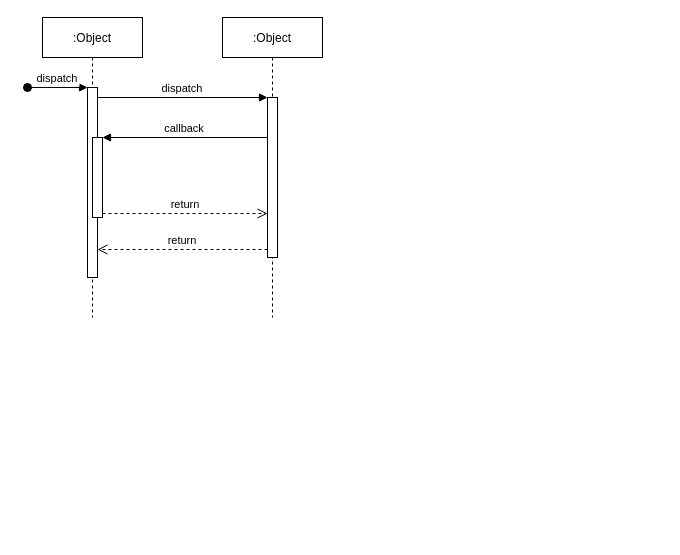
The draw.io diagram Untitled Diagram.drawio in blerihasa/blerihasa, before the edit. Source tidied: cells renumbered, new cells numbered last; positions are measured from the earlier drawing's top-left corner, leaving out a move shared by most shapes. Both pictures are drawn from the tidied source at 100%, with x=0, y=0 at pixel (27, 17).
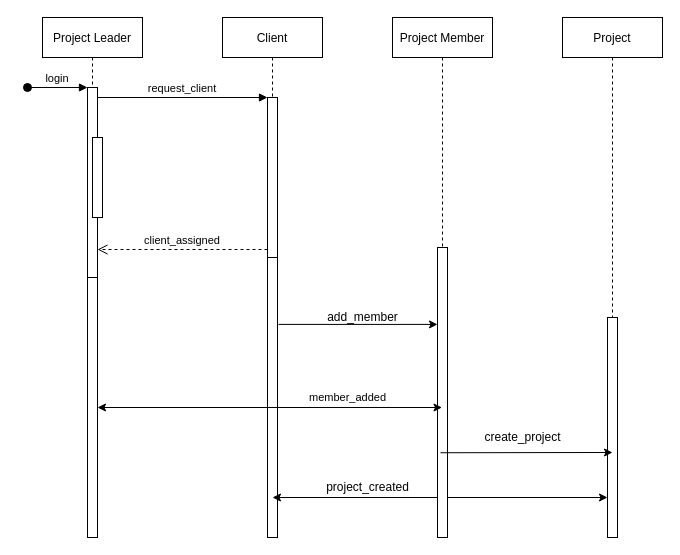
The same page after the edit.

The change refers to these unchanged cells:
```xml
<mxCell id="3" style="points=[];perimeter=orthogonalPerimeter;rounded=0;shadow=0;strokeWidth=1;" parent="2" vertex="1">
  <mxGeometry x="45" y="70" width="10" height="190" as="geometry" />
</mxCell>
<mxCell id="5" style="points=[];perimeter=orthogonalPerimeter;rounded=0;shadow=0;strokeWidth=1;" parent="2" vertex="1">
  <mxGeometry x="50" y="120" width="10" height="80" as="geometry" />
</mxCell>
<mxCell id="7" style="points=[];perimeter=orthogonalPerimeter;rounded=0;shadow=0;strokeWidth=1;" parent="6" vertex="1">
  <mxGeometry x="45" y="80" width="10" height="160" as="geometry" />
</mxCell>
```

The edit, as a diff of the source:
```diff
@@
-    <mxCell id="2" value=":Object" style="shape=umlLifeline;perimeter=lifelinePerimeter;rounded=0;shadow=0;strokeWidth=1;" parent="1" vertex="1">
+    <mxCell id="2" value="Project Leader" style="shape=umlLifeline;perimeter=lifelinePerimeter;rounded=0;shadow=0;strokeWidth=1;" parent="1" vertex="1">
       <mxGeometry x="15" width="100" height="300" as="geometry" />
     </mxCell>
@@
-    <mxCell id="4" value="dispatch" style="verticalAlign=bottom;startArrow=oval;endArrow=block;startSize=8;shadow=0;strokeWidth=1;" parent="2" edge="1" target="3">
+    <mxCell id="4" value="login" style="verticalAlign=bottom;startArrow=oval;endArrow=block;startSize=8;shadow=0;strokeWidth=1;" parent="2" edge="1" target="3">
       <mxGeometry relative="1" as="geometry">
         <mxPoint x="-15" y="70" as="sourcePoint" />
       </mxGeometry>
     </mxCell>
@@
-    <mxCell id="6" value=":Object" style="shape=umlLifeline;perimeter=lifelinePerimeter;rounded=0;shadow=0;strokeWidth=1;" parent="1" vertex="1">
-      <mxGeometry x="195" width="100" height="300" as="geometry" />
+    <mxCell id="6" value="Client" style="shape=umlLifeline;perimeter=lifelinePerimeter;rounded=0;shadow=0;strokeWidth=1;" parent="1" vertex="1">
+      <mxGeometry x="195" width="100" height="520" as="geometry" />
     </mxCell>
@@
+    <mxCell id="12" style="points=[];perimeter=orthogonalPerimeter;rounded=0;shadow=0;strokeWidth=1;" parent="6" vertex="1">
+      <mxGeometry x="45" y="240" width="10" height="280" as="geometry" />
+    </mxCell>
+    <mxCell id="13" style="endArrow=classic;startArrow=classic;html=1;rounded=0;" parent="6" edge="1" target="17">
+      <mxGeometry relative="1" as="geometry">
+        <mxPoint x="50" y="480" as="sourcePoint" />
+      </mxGeometry>
+    </mxCell>
-    <mxCell id="8" value="return" style="verticalAlign=bottom;endArrow=open;dashed=1;endSize=8;exitX=0;exitY=0.95;shadow=0;strokeWidth=1;" parent="1" edge="1" source="7" target="3">
+    <mxCell id="8" value="client_assigned" style="verticalAlign=bottom;endArrow=open;dashed=1;endSize=8;exitX=0;exitY=0.95;shadow=0;strokeWidth=1;" parent="1" edge="1" source="7" target="3">
       <mxGeometry relative="1" as="geometry" />
     </mxCell>
-    <mxCell id="9" value="dispatch" style="verticalAlign=bottom;endArrow=block;entryX=0;entryY=0;shadow=0;strokeWidth=1;" parent="1" edge="1" source="3" target="7">
+    <mxCell id="9" value="request_client" style="verticalAlign=bottom;endArrow=block;entryX=0;entryY=0;shadow=0;strokeWidth=1;" parent="1" edge="1" source="3" target="7">
       <mxGeometry relative="1" as="geometry" />
     </mxCell>
-    <mxCell id="10" value="callback" style="verticalAlign=bottom;endArrow=block;entryX=1;entryY=0;shadow=0;strokeWidth=1;" parent="1" edge="1" source="7" target="5">
-      <mxGeometry relative="1" as="geometry" />
-    </mxCell>
-    <mxCell id="11" value="return" style="verticalAlign=bottom;endArrow=open;dashed=1;endSize=8;exitX=1;exitY=0.95;shadow=0;strokeWidth=1;" parent="1" edge="1" source="5" target="7">
-      <mxGeometry relative="1" as="geometry" />
-    </mxCell>
+    <mxCell id="14" value="Project Member" style="shape=umlLifeline;perimeter=lifelinePerimeter;rounded=0;shadow=0;strokeWidth=1;" parent="1" vertex="1">
+      <mxGeometry x="365" width="100" height="520" as="geometry" />
+    </mxCell>
+    <mxCell id="15" style="points=[];perimeter=orthogonalPerimeter;rounded=0;shadow=0;strokeWidth=1;" parent="14" vertex="1">
+      <mxGeometry x="45" y="230" width="10" height="290" as="geometry" />
+    </mxCell>
+    <mxCell id="16" value="Project" style="shape=umlLifeline;perimeter=lifelinePerimeter;rounded=0;shadow=0;strokeWidth=1;" parent="1" vertex="1">
+      <mxGeometry x="535" width="100" height="300" as="geometry" />
+    </mxCell>
+    <mxCell id="17" style="points=[];perimeter=orthogonalPerimeter;rounded=0;shadow=0;strokeWidth=1;" parent="1" vertex="1">
+      <mxGeometry x="580" y="300" width="10" height="220" as="geometry" />
+    </mxCell>
+    <mxCell id="18" style="points=[];perimeter=orthogonalPerimeter;rounded=0;shadow=0;strokeWidth=1;" parent="1" vertex="1">
+      <mxGeometry x="60" y="260" width="10" height="260" as="geometry" />
+    </mxCell>
+    <mxCell id="19" style="endArrow=classic;html=1;rounded=0;exitX=1.1;exitY=0.239;exitDx=0;exitDy=0;exitPerimeter=0;" parent="1" edge="1" source="12" target="15">
+      <mxGeometry relative="1" as="geometry" />
+    </mxCell>
+    <mxCell id="20" value="add_member" style="text;html=1;align=center;verticalAlign=middle;strokeColor=none;fillColor=none;" parent="1" vertex="1">
+      <mxGeometry x="295" y="290" width="80" height="20" as="geometry" />
+    </mxCell>
+    <mxCell id="21" style="endArrow=classic;startArrow=classic;html=1;rounded=0;" parent="1" edge="1" source="18" target="14">
+      <mxGeometry relative="1" as="geometry" />
+    </mxCell>
+    <mxCell id="22" value="member_added" style="edgeLabel;html=1;align=center;verticalAlign=middle;" parent="21" vertex="1">
+      <mxGeometry x="0.44" y="1" relative="1" as="geometry">
+        <mxPoint x="1" y="-10" as="offset" />
+      </mxGeometry>
+    </mxCell>
+    <mxCell id="23" style="endArrow=classic;html=1;rounded=0;exitX=0.48;exitY=0.837;exitDx=0;exitDy=0;exitPerimeter=0;" parent="1" edge="1" source="14">
+      <mxGeometry relative="1" as="geometry">
+        <mxPoint x="585" y="435" as="targetPoint" />
+      </mxGeometry>
+    </mxCell>
+    <mxCell id="24" value="create_project" style="text;html=1;align=center;verticalAlign=middle;strokeColor=none;fillColor=none;" parent="1" vertex="1">
+      <mxGeometry x="455" y="410" width="80" height="20" as="geometry" />
+    </mxCell>
+    <mxCell id="25" value="project_created" style="text;html=1;align=center;verticalAlign=middle;strokeColor=none;fillColor=none;" parent="1" vertex="1">
+      <mxGeometry x="295" y="460" width="90" height="20" as="geometry" />
+    </mxCell>
```
